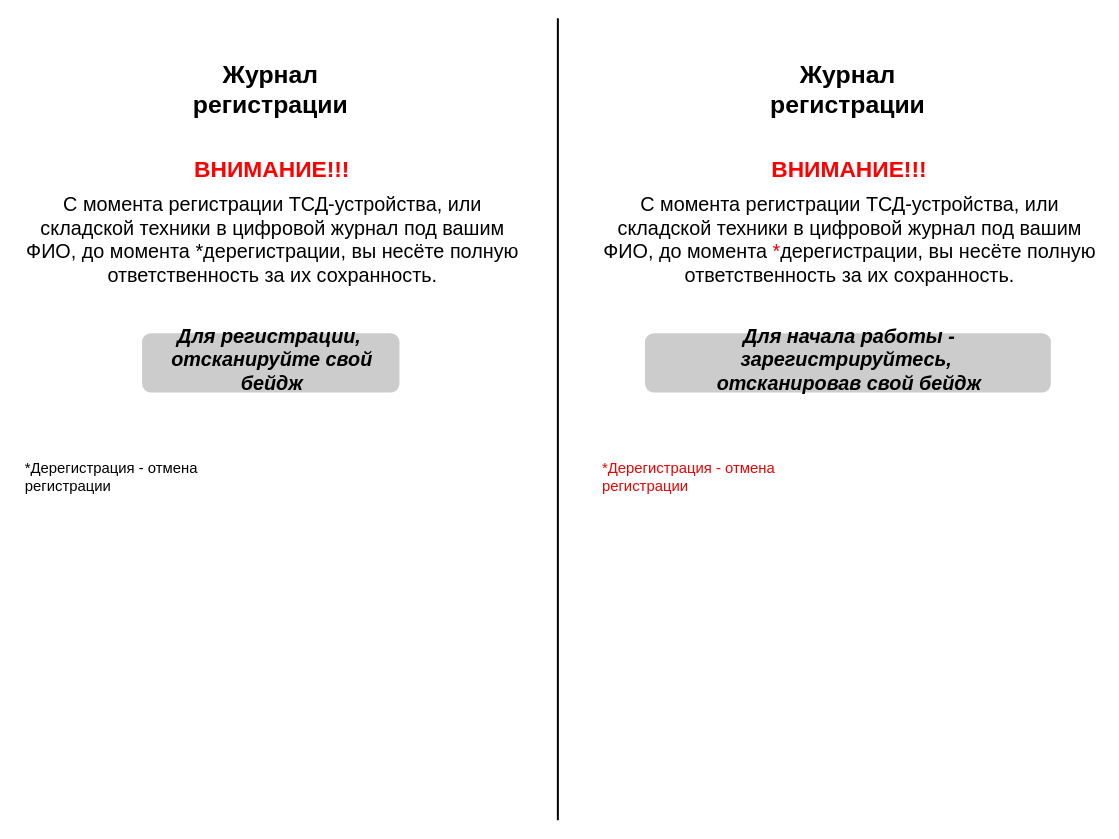
Before: project_files/registration_screen.drawio in Monarch-90/DCT_Journal, a draw.io diagram. Source tidied: cells renumbered, new cells numbered last; positions are measured from the earlier drawing's top-left corner, leaving out a move shared by most shapes. Both pictures are drawn from the tidied source at 99%, with x=0, y=0 at pixel (17, 18).
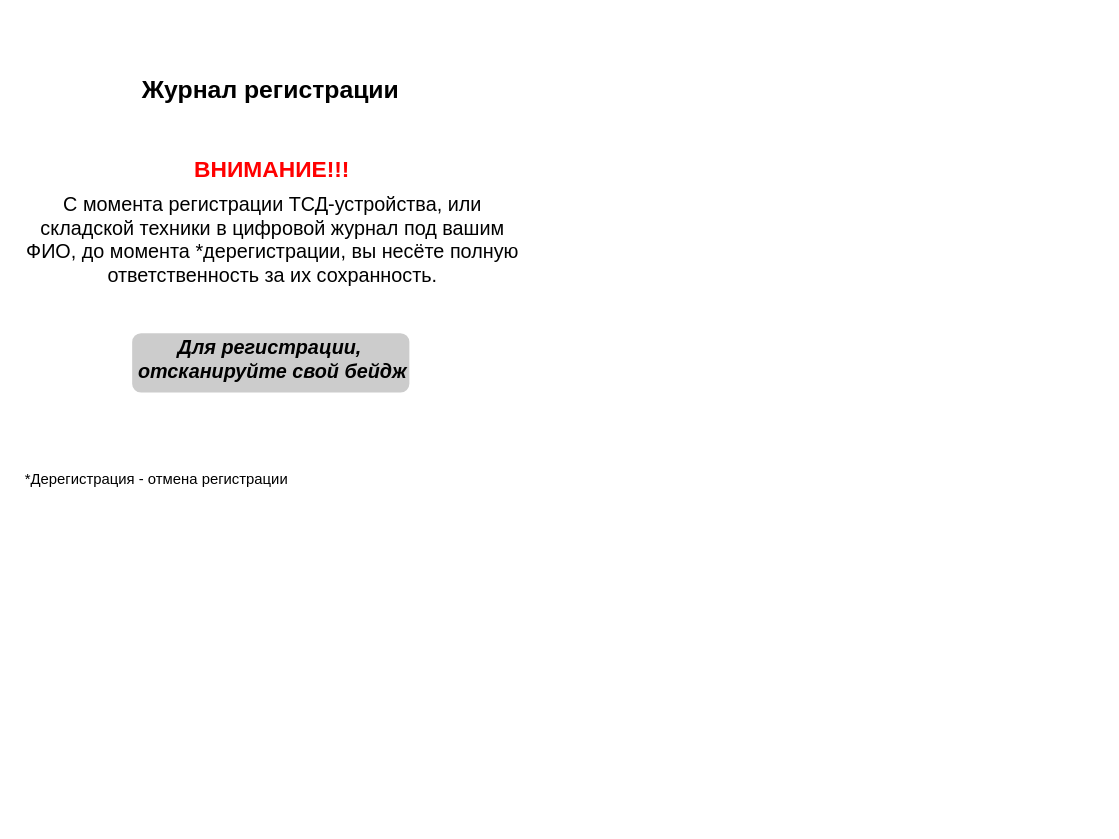
The same page after the edit.

Change to the diagram source:
```diff
@@
 <mxGraphModel>
   <root>
     <mxCell id="0" />
     <mxCell id="1" parent="0" />
     <mxCell id="2" style="rounded=1;whiteSpace=wrap;html=1;fillColor=light-dark(#CCCCCC,#999999);strokeColor=none;" parent="1" vertex="1">
-      <mxGeometry x="126" y="318" width="260" height="60" as="geometry" />
+      <mxGeometry x="116" y="318" width="280" height="60" as="geometry" />
     </mxCell>
     <mxCell id="3" value="Журнал регистрации" style="text;html=1;align=center;verticalAlign=middle;whiteSpace=wrap;rounded=0;fontSize=25;fontStyle=1;" parent="1" vertex="1">
-      <mxGeometry x="126" y="56" width="260" height="30" as="geometry" />
+      <mxGeometry x="116" y="56" width="280" height="30" as="geometry" />
     </mxCell>
     <mxCell id="4" value="ВНИМАНИЕ!!!" style="text;align=center;verticalAlign=middle;rounded=0;fontColor=light-dark(#FF0000,#FF0000);fontSize=23;fontStyle=1;labelBorderColor=none;textShadow=0;labelBackgroundColor=none;fontFamily=Helvetica;fillColor=none;gradientColor=none;strokeColor=none;fillStyle=auto;" parent="1" vertex="1">
       <mxGeometry x="169" y="135" width="177" height="30" as="geometry" />
     </mxCell>
     <mxCell id="5" value="С момента регистрации ТСД-устройства, или складской техники в цифровой журнал под вашим ФИО, до момента *дерегистрации, вы несёте полную ответственность за их сохранность." style="text;html=1;align=center;verticalAlign=middle;whiteSpace=wrap;rounded=0;fontSize=20;" parent="1" vertex="1">
       <mxGeometry y="173" width="516" height="100" as="geometry" />
     </mxCell>
     <mxCell id="6" value="Для регистрации,&amp;nbsp;&lt;div&gt;отсканируйте свой бейдж&lt;/div&gt;" style="text;html=1;align=center;verticalAlign=middle;whiteSpace=wrap;rounded=0;fontSize=20;fontStyle=3;fontColor=light-dark(#000000,#000000);" parent="1" vertex="1">
-      <mxGeometry x="126" y="319" width="262.5" height="50" as="geometry" />
+      <mxGeometry x="118.5" y="320" width="277.5" height="48" as="geometry" />
     </mxCell>
     <mxCell id="7" value="*Дерегистрация - отмена регистрации" style="text;html=1;align=left;verticalAlign=middle;whiteSpace=wrap;rounded=0;fontSize=15;" parent="1" vertex="1">
-      <mxGeometry x="6" y="448" width="250" height="30" as="geometry" />
+      <mxGeometry x="6" y="448" width="280" height="33.6" as="geometry" />
     </mxCell>
-    <mxCell id="8" style="rounded=1;whiteSpace=wrap;html=1;fillColor=light-dark(#CCCCCC,#999999);strokeColor=none;" parent="1" vertex="1">
-      <mxGeometry x="634" y="318" width="410" height="60" as="geometry" />
-    </mxCell>
-    <mxCell id="9" value="Журнал регистрации" style="text;html=1;align=center;verticalAlign=middle;whiteSpace=wrap;rounded=0;fontSize=25;fontStyle=1;" parent="1" vertex="1">
-      <mxGeometry x="714" y="56" width="250" height="30" as="geometry" />
-    </mxCell>
-    <mxCell id="10" value="ВНИМАНИЕ!!!" style="text;align=center;verticalAlign=middle;rounded=0;fontColor=light-dark(#FF0000,#FF0000);fontSize=23;fontStyle=1;labelBorderColor=none;textShadow=0;labelBackgroundColor=none;fontFamily=Helvetica;fillColor=none;gradientColor=none;strokeColor=none;fillStyle=auto;" parent="1" vertex="1">
-      <mxGeometry x="754" y="135" width="173" height="30" as="geometry" />
-    </mxCell>
-    <mxCell id="11" value="С момента регистрации ТСД-устройства, или складской техники в цифровой журнал под вашим ФИО, до момента &lt;font style=&quot;color: rgb(255, 0, 0);&quot;&gt;*&lt;/font&gt;дерегистрации, вы несёте полную ответственность за их сохранность." style="text;html=1;align=center;verticalAlign=middle;whiteSpace=wrap;rounded=0;fontSize=20;" parent="1" vertex="1">
-      <mxGeometry x="586" y="173" width="510" height="100" as="geometry" />
-    </mxCell>
-    <mxCell id="12" value="Для начала работы - зарегистрируйтесь,&amp;nbsp;&lt;div&gt;отсканировав свой бейдж&lt;/div&gt;" style="text;html=1;align=center;verticalAlign=middle;whiteSpace=wrap;rounded=0;fontSize=20;fontStyle=3;fontColor=light-dark(#000000,#000000);" parent="1" vertex="1">
-      <mxGeometry x="644" y="319" width="392.5" height="50" as="geometry" />
-    </mxCell>
-    <mxCell id="13" value="*Дерегистрация - отмена регистрации" style="text;html=1;align=left;verticalAlign=middle;whiteSpace=wrap;rounded=0;fontSize=15;fontColor=#F10000;" parent="1" vertex="1">
-      <mxGeometry x="589" y="448" width="250" height="30" as="geometry" />
-    </mxCell>
-    <mxCell id="14" style="endArrow=none;html=1;rounded=0;strokeWidth=2;" parent="1" edge="1">
-      <mxGeometry relative="1" as="geometry">
-        <mxPoint x="546" y="810" as="sourcePoint" />
-        <mxPoint x="546" as="targetPoint" />
-      </mxGeometry>
-    </mxCell>
   </root>
 </mxGraphModel>
```
